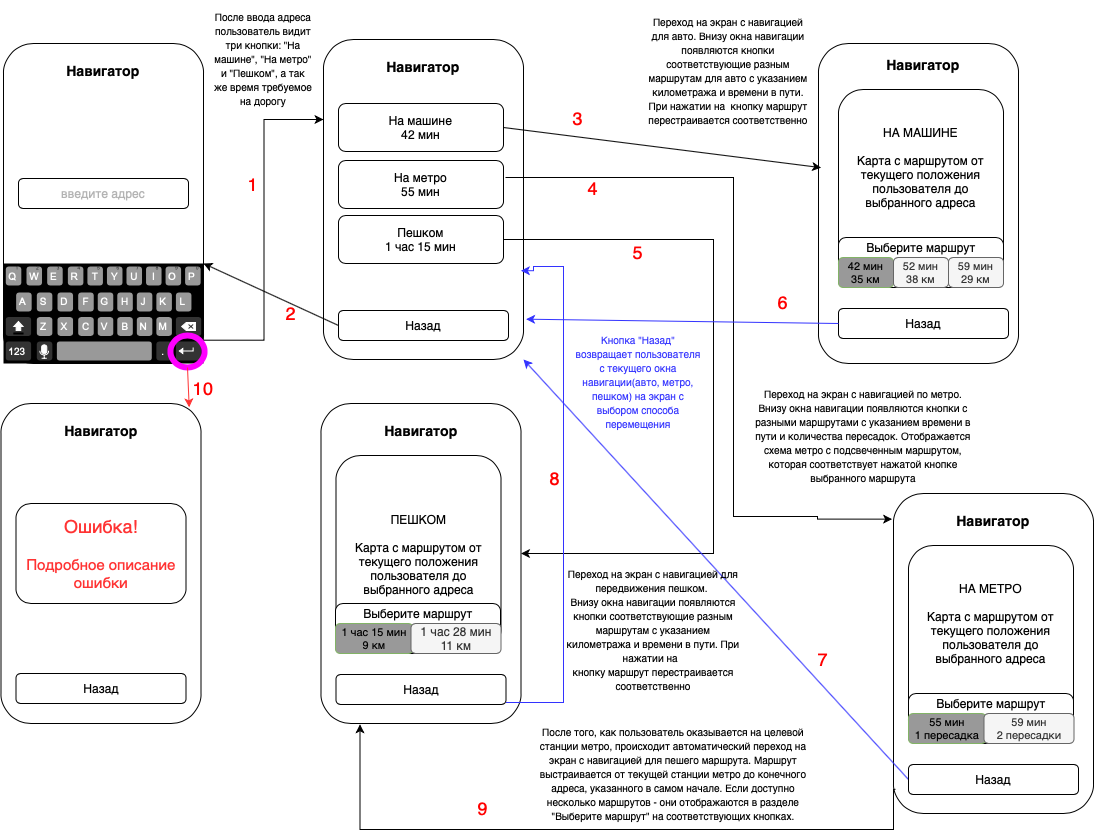
Earlier version of the draw.io export Sinyagin_Andrey/Layout/T2_Layout_Sinyagin.png (abdullahproff/BSA21_1). Source tidied: cells renumbered, new cells last; positions are measured from the earlier drawing's top-left corner, leaving out a move shared by most shapes.
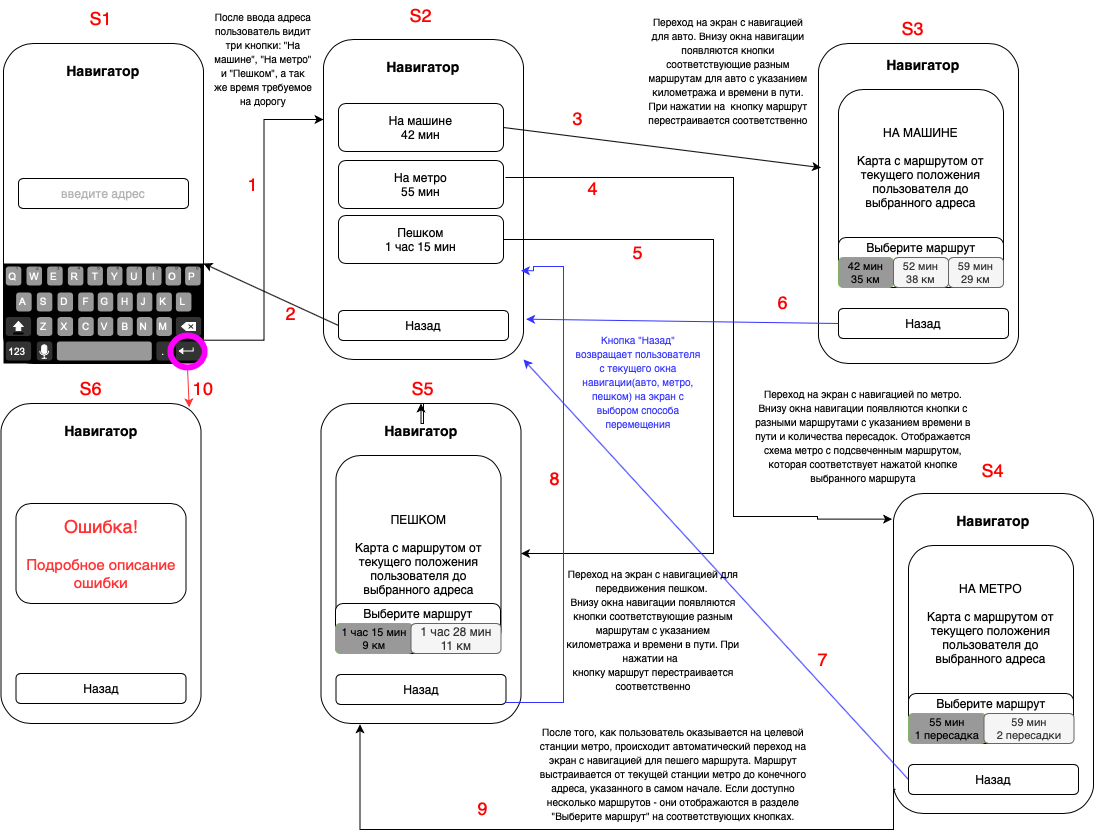
Later version of the same file.

Commit message:
refactored UseCase

What changed in the source:
```diff
@@ -231,5 +231,26 @@
     <mxCell id="67" value="&lt;font color=&quot;#ff0000&quot; style=&quot;font-size: 18px;&quot;&gt;10&lt;/font&gt;" style="text;html=1;align=center;verticalAlign=middle;whiteSpace=wrap;rounded=0;" parent="1" vertex="1">
       <mxGeometry x="172" y="373" width="60" height="30" as="geometry" />
     </mxCell>
+    <mxCell id="68" value="&lt;font color=&quot;#ff0000&quot; style=&quot;font-size: 18px;&quot;&gt;S1&lt;/font&gt;" style="text;html=1;align=center;verticalAlign=middle;whiteSpace=wrap;rounded=0;" parent="1" vertex="1">
+      <mxGeometry x="69.5" y="3" width="60" height="30" as="geometry" />
+    </mxCell>
+    <mxCell id="69" value="&lt;font color=&quot;#ff0000&quot; style=&quot;font-size: 18px;&quot;&gt;S2&lt;/font&gt;" style="text;html=1;align=center;verticalAlign=middle;whiteSpace=wrap;rounded=0;" parent="1" vertex="1">
+      <mxGeometry x="389.5" width="60" height="30" as="geometry" />
+    </mxCell>
+    <mxCell id="70" value="&lt;font color=&quot;#ff0000&quot; style=&quot;font-size: 18px;&quot;&gt;S3&lt;/font&gt;" style="text;html=1;align=center;verticalAlign=middle;whiteSpace=wrap;rounded=0;" parent="1" vertex="1">
+      <mxGeometry x="882" y="13" width="60" height="30" as="geometry" />
+    </mxCell>
+    <mxCell id="71" value="&lt;font color=&quot;#ff0000&quot; style=&quot;font-size: 18px;&quot;&gt;S4&lt;/font&gt;" style="text;html=1;align=center;verticalAlign=middle;whiteSpace=wrap;rounded=0;" parent="1" vertex="1">
+      <mxGeometry x="962" y="455" width="60" height="30" as="geometry" />
+    </mxCell>
+    <mxCell id="72" style="edgeStyle=orthogonalEdgeStyle;rounded=0;jettySize=auto;html=1;" parent="1" edge="1" source="73" target="28">
+      <mxGeometry relative="1" as="geometry" />
+    </mxCell>
+    <mxCell id="73" value="&lt;font color=&quot;#ff0000&quot; style=&quot;font-size: 18px;&quot;&gt;S5&lt;/font&gt;&lt;span style=&quot;caret-color: rgba(0, 0, 0, 0); color: rgba(0, 0, 0, 0); font-family: monospace; font-size: 0px; text-align: start; white-space: nowrap;&quot;&gt;%3CmxGraphModel%3E%3Croot%3E%3CmxCell%20id%3D%220%22%2F%3E%3CmxCell%20id%3D%221%22%20parent%3D%220%22%2F%3E%3CmxCell%20id%3D%222%22%20value%3D%22%26lt%3Bfont%20color%3D%26quot%3B%23ff0000%26quot%3B%20style%3D%26quot%3Bfont-size%3A%2018px%3B%26quot%3B%26gt%3BS1%26lt%3B%2Ffont%26gt%3B%22%20style%3D%22text%3Bhtml%3D1%3Balign%3Dcenter%3BverticalAlign%3Dmiddle%3BwhiteSpace%3Dwrap%3Brounded%3D0%3B%22%20vertex%3D%221%22%20parent%3D%221%22%3E%3CmxGeometry%20x%3D%22107.5%22%20width%3D%2260%22%20height%3D%2230%22%20as%3D%22geometry%22%2F%3E%3C%2FmxCell%3E%3C%2Froot%3E%3C%2FmxGraphModel%3E&lt;/span&gt;" style="text;html=1;align=center;verticalAlign=middle;whiteSpace=wrap;rounded=0;" parent="1" vertex="1">
+      <mxGeometry x="392" y="373" width="60" height="30" as="geometry" />
+    </mxCell>
+    <mxCell id="74" value="&lt;font color=&quot;#ff0000&quot; style=&quot;font-size: 18px;&quot;&gt;S6&lt;/font&gt;" style="text;html=1;align=center;verticalAlign=middle;whiteSpace=wrap;rounded=0;" parent="1" vertex="1">
+      <mxGeometry x="59.5" y="373" width="60" height="30" as="geometry" />
+    </mxCell>
   </root>
 </mxGraphModel>
```
